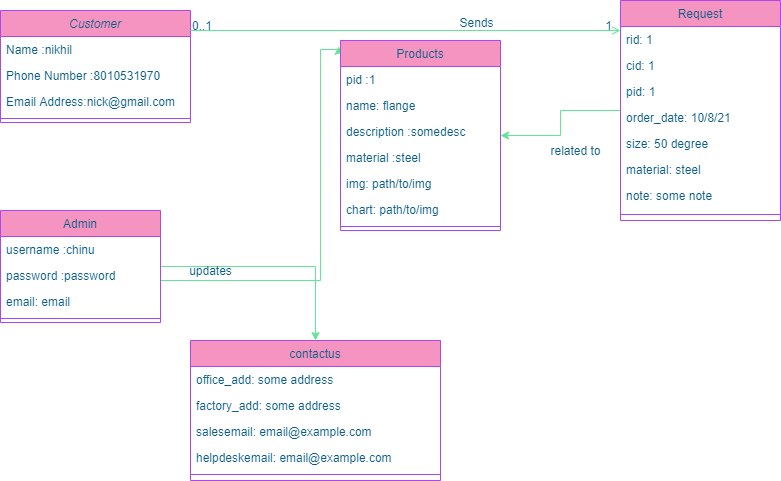
Above: Documentation/objject.drawio.png in codewithnick/navkar-fittings-and-co (draw.io), before the change. Source tidied: cells renumbered, new cells last; positions are measured from the earlier drawing's top-left corner, leaving out a move shared by most shapes. The source it was exported from:
```xml
<mxGraphModel>
  <root>
    <mxCell id="0" />
    <mxCell id="1" parent="0" />
    <mxCell id="2" value="Customer" style="swimlane;fontStyle=2;align=center;verticalAlign=top;horizontal=1;startSize=26;rounded=0;shadow=0;strokeWidth=1;fillColor=#F694C1;strokeColor=#AF45ED;fontColor=#095C86;" parent="1" vertex="1">
      <mxGeometry y="10" width="190" height="112" as="geometry" />
    </mxCell>
    <mxCell id="3" value="Name :nikhil" style="text;align=left;verticalAlign=top;spacingLeft=4;spacingRight=4;overflow=hidden;fontColor=#095C86;" parent="2" vertex="1">
      <mxGeometry y="26" width="190" height="26" as="geometry" />
    </mxCell>
    <mxCell id="4" value="Phone Number :8010531970" style="text;align=left;verticalAlign=top;spacingLeft=4;spacingRight=4;overflow=hidden;rounded=0;shadow=0;html=0;fontColor=#095C86;" parent="2" vertex="1">
      <mxGeometry y="52" width="190" height="26" as="geometry" />
    </mxCell>
    <mxCell id="5" value="Email Address:nick@gmail.com" style="text;align=left;verticalAlign=top;spacingLeft=4;spacingRight=4;overflow=hidden;rounded=0;shadow=0;html=0;fontColor=#095C86;" parent="2" vertex="1">
      <mxGeometry y="78" width="190" height="26" as="geometry" />
    </mxCell>
    <mxCell id="6" style="line;html=1;strokeWidth=1;align=left;verticalAlign=middle;spacingTop=-1;spacingLeft=3;spacingRight=3;labelPosition=right;fillColor=#F694C1;strokeColor=#AF45ED;fontColor=#095C86;" parent="2" vertex="1">
      <mxGeometry y="104" width="190" height="8" as="geometry" />
    </mxCell>
    <mxCell id="7" style="edgeStyle=orthogonalEdgeStyle;rounded=0;jettySize=auto;html=1;entryX=-0.012;entryY=0.031;entryDx=0;entryDy=0;entryPerimeter=0;strokeColor=#60E696;fontColor=#095C86;" parent="1" edge="1" source="9" target="28">
      <mxGeometry relative="1" as="geometry">
        <Array as="points">
          <mxPoint x="320" y="280" />
          <mxPoint x="320" y="49" />
        </Array>
      </mxGeometry>
    </mxCell>
    <mxCell id="8" style="edgeStyle=orthogonalEdgeStyle;rounded=0;jettySize=auto;html=1;entryX=0.5;entryY=0;entryDx=0;entryDy=0;strokeColor=#60E696;fontColor=#095C86;" parent="1" edge="1" source="9" target="38">
      <mxGeometry relative="1" as="geometry" />
    </mxCell>
    <mxCell id="9" value="Admin" style="swimlane;fontStyle=0;align=center;verticalAlign=top;horizontal=1;startSize=26;rounded=0;shadow=0;strokeWidth=1;fillColor=#F694C1;strokeColor=#AF45ED;fontColor=#095C86;" parent="1" vertex="1">
      <mxGeometry y="210" width="160" height="112" as="geometry" />
    </mxCell>
    <mxCell id="10" value="username :chinu" style="text;align=left;verticalAlign=top;spacingLeft=4;spacingRight=4;overflow=hidden;fontColor=#095C86;" parent="9" vertex="1">
      <mxGeometry y="26" width="160" height="26" as="geometry" />
    </mxCell>
    <mxCell id="11" value="password :password" style="text;align=left;verticalAlign=top;spacingLeft=4;spacingRight=4;overflow=hidden;rounded=0;shadow=0;html=0;fontColor=#095C86;" parent="9" vertex="1">
      <mxGeometry y="52" width="160" height="26" as="geometry" />
    </mxCell>
    <mxCell id="12" value="email: email" style="text;align=left;verticalAlign=top;spacingLeft=4;spacingRight=4;overflow=hidden;rounded=0;shadow=0;html=0;fontColor=#095C86;" parent="9" vertex="1">
      <mxGeometry y="78" width="160" height="26" as="geometry" />
    </mxCell>
    <mxCell id="13" style="line;html=1;strokeWidth=1;align=left;verticalAlign=middle;spacingTop=-1;spacingLeft=3;spacingRight=3;labelPosition=right;fillColor=#F694C1;strokeColor=#AF45ED;fontColor=#095C86;" parent="9" vertex="1">
      <mxGeometry y="104" width="160" height="8" as="geometry" />
    </mxCell>
    <mxCell id="14" style="edgeStyle=orthogonalEdgeStyle;rounded=0;jettySize=auto;html=1;strokeColor=#60E696;fontColor=#095C86;" parent="1" edge="1" source="15" target="28">
      <mxGeometry relative="1" as="geometry" />
    </mxCell>
    <mxCell id="15" value="Request" style="swimlane;fontStyle=0;align=center;verticalAlign=top;horizontal=1;startSize=26;rounded=0;shadow=0;strokeWidth=1;fillColor=#F694C1;strokeColor=#AF45ED;fontColor=#095C86;" parent="1" vertex="1">
      <mxGeometry x="620" width="160" height="220" as="geometry" />
    </mxCell>
    <mxCell id="16" value="rid: 1" style="text;align=left;verticalAlign=top;spacingLeft=4;spacingRight=4;overflow=hidden;fontColor=#095C86;" parent="15" vertex="1">
      <mxGeometry y="26" width="160" height="26" as="geometry" />
    </mxCell>
    <mxCell id="17" value="cid: 1" style="text;align=left;verticalAlign=top;spacingLeft=4;spacingRight=4;overflow=hidden;rounded=0;shadow=0;html=0;fontColor=#095C86;" parent="15" vertex="1">
      <mxGeometry y="52" width="160" height="26" as="geometry" />
    </mxCell>
    <mxCell id="18" value="pid: 1" style="text;align=left;verticalAlign=top;spacingLeft=4;spacingRight=4;overflow=hidden;rounded=0;shadow=0;html=0;fontColor=#095C86;" parent="15" vertex="1">
      <mxGeometry y="78" width="160" height="26" as="geometry" />
    </mxCell>
    <mxCell id="19" value="order_date: 10/8/21" style="text;align=left;verticalAlign=top;spacingLeft=4;spacingRight=4;overflow=hidden;rounded=0;shadow=0;html=0;fontColor=#095C86;" parent="15" vertex="1">
      <mxGeometry y="104" width="160" height="26" as="geometry" />
    </mxCell>
    <mxCell id="20" value="size: 50 degree" style="text;align=left;verticalAlign=top;spacingLeft=4;spacingRight=4;overflow=hidden;rounded=0;shadow=0;html=0;fontColor=#095C86;" parent="15" vertex="1">
      <mxGeometry y="130" width="160" height="26" as="geometry" />
    </mxCell>
    <mxCell id="21" value="material: steel" style="text;align=left;verticalAlign=top;spacingLeft=4;spacingRight=4;overflow=hidden;rounded=0;shadow=0;html=0;fontColor=#095C86;" parent="15" vertex="1">
      <mxGeometry y="156" width="160" height="26" as="geometry" />
    </mxCell>
    <mxCell id="22" value="note: some note" style="text;align=left;verticalAlign=top;spacingLeft=4;spacingRight=4;overflow=hidden;rounded=0;shadow=0;html=0;fontColor=#095C86;" parent="15" vertex="1">
      <mxGeometry y="182" width="160" height="26" as="geometry" />
    </mxCell>
    <mxCell id="23" style="line;html=1;strokeWidth=1;align=left;verticalAlign=middle;spacingTop=-1;spacingLeft=3;spacingRight=3;labelPosition=right;fillColor=#F694C1;strokeColor=#AF45ED;fontColor=#095C86;" parent="15" vertex="1">
      <mxGeometry y="208" width="160" height="12" as="geometry" />
    </mxCell>
    <mxCell id="24" style="endArrow=open;shadow=0;strokeWidth=1;rounded=0;endFill=1;edgeStyle=elbowEdgeStyle;elbow=vertical;strokeColor=#60E696;fontColor=#095C86;" parent="1" edge="1" source="2" target="15">
      <mxGeometry x="0.5" y="41" relative="1" as="geometry">
        <Array as="points">
          <mxPoint x="450" y="30" />
        </Array>
        <mxPoint x="-40" y="32" as="offset" />
      </mxGeometry>
    </mxCell>
    <mxCell id="25" value="0..1" style="align=left;verticalAlign=bottom;labelBackgroundColor=none;fontSize=12;fillColor=#F694C1;strokeColor=#AF45ED;fontColor=#095C86;" parent="24" vertex="1">
      <mxGeometry x="-1" relative="1" as="geometry">
        <mxPoint y="4" as="offset" />
      </mxGeometry>
    </mxCell>
    <mxCell id="26" value="1" style="align=right;verticalAlign=bottom;labelBackgroundColor=none;fontSize=12;fillColor=#F694C1;strokeColor=#AF45ED;fontColor=#095C86;" parent="24" vertex="1">
      <mxGeometry x="1" relative="1" as="geometry">
        <mxPoint x="-7" y="4" as="offset" />
      </mxGeometry>
    </mxCell>
    <mxCell id="27" value="Sends" style="text;html=1;align=center;verticalAlign=middle;labelBackgroundColor=none;rounded=0;shadow=0;strokeWidth=1;fontSize=12;fontColor=#095C86;" parent="24" vertex="1">
      <mxGeometry x="0.5" y="49" relative="1" as="geometry">
        <mxPoint x="-38" y="40" as="offset" />
      </mxGeometry>
    </mxCell>
    <mxCell id="28" value="Products" style="swimlane;fontStyle=0;align=center;verticalAlign=top;horizontal=1;startSize=26;rounded=0;shadow=0;strokeWidth=1;fillColor=#F694C1;strokeColor=#AF45ED;fontColor=#095C86;" parent="1" vertex="1">
      <mxGeometry x="340" y="40" width="160" height="190" as="geometry" />
    </mxCell>
    <mxCell id="29" value="pid :1" style="text;align=left;verticalAlign=top;spacingLeft=4;spacingRight=4;overflow=hidden;rounded=0;shadow=0;html=0;fontColor=#095C86;" parent="28" vertex="1">
      <mxGeometry y="26" width="160" height="26" as="geometry" />
    </mxCell>
    <mxCell id="30" value="name: flange" style="text;align=left;verticalAlign=top;spacingLeft=4;spacingRight=4;overflow=hidden;rounded=0;shadow=0;html=0;fontColor=#095C86;" parent="28" vertex="1">
      <mxGeometry y="52" width="160" height="26" as="geometry" />
    </mxCell>
    <mxCell id="31" value="description :somedesc" style="text;align=left;verticalAlign=top;spacingLeft=4;spacingRight=4;overflow=hidden;rounded=0;shadow=0;html=0;fontColor=#095C86;" parent="28" vertex="1">
      <mxGeometry y="78" width="160" height="26" as="geometry" />
    </mxCell>
    <mxCell id="32" value="material :steel" style="text;align=left;verticalAlign=top;spacingLeft=4;spacingRight=4;overflow=hidden;rounded=0;shadow=0;html=0;fontColor=#095C86;" parent="28" vertex="1">
      <mxGeometry y="104" width="160" height="26" as="geometry" />
    </mxCell>
    <mxCell id="33" value="img: path/to/img" style="text;align=left;verticalAlign=top;spacingLeft=4;spacingRight=4;overflow=hidden;rounded=0;shadow=0;html=0;fontColor=#095C86;" parent="28" vertex="1">
      <mxGeometry y="130" width="160" height="26" as="geometry" />
    </mxCell>
    <mxCell id="34" value="chart: path/to/img" style="text;align=left;verticalAlign=top;spacingLeft=4;spacingRight=4;overflow=hidden;rounded=0;shadow=0;html=0;fontColor=#095C86;" parent="28" vertex="1">
      <mxGeometry y="156" width="160" height="26" as="geometry" />
    </mxCell>
    <mxCell id="35" style="line;html=1;strokeWidth=1;align=left;verticalAlign=middle;spacingTop=-1;spacingLeft=3;spacingRight=3;labelPosition=right;fillColor=#F694C1;strokeColor=#AF45ED;fontColor=#095C86;" parent="28" vertex="1">
      <mxGeometry y="182" width="160" height="8" as="geometry" />
    </mxCell>
    <mxCell id="36" value="updates" style="text;html=1;align=center;verticalAlign=middle;strokeColor=none;fillColor=none;fontColor=#095C86;" parent="1" vertex="1">
      <mxGeometry x="180" y="260" width="60" height="20" as="geometry" />
    </mxCell>
    <mxCell id="37" value="related to" style="text;html=1;align=center;verticalAlign=middle;strokeColor=none;fillColor=none;fontColor=#095C86;" parent="1" vertex="1">
      <mxGeometry x="540" y="140" width="70" height="20" as="geometry" />
    </mxCell>
    <mxCell id="38" value="contactus" style="swimlane;fontStyle=0;align=center;verticalAlign=top;horizontal=1;startSize=26;rounded=0;shadow=0;strokeWidth=1;fillColor=#F694C1;strokeColor=#AF45ED;fontColor=#095C86;" parent="1" vertex="1">
      <mxGeometry x="190" y="340" width="250" height="140" as="geometry" />
    </mxCell>
    <mxCell id="39" value="office_add: some address" style="text;align=left;verticalAlign=top;spacingLeft=4;spacingRight=4;overflow=hidden;fontColor=#095C86;" parent="38" vertex="1">
      <mxGeometry y="26" width="250" height="26" as="geometry" />
    </mxCell>
    <mxCell id="40" value="factory_add: some address" style="text;align=left;verticalAlign=top;spacingLeft=4;spacingRight=4;overflow=hidden;rounded=0;shadow=0;html=0;fontColor=#095C86;" parent="38" vertex="1">
      <mxGeometry y="52" width="250" height="26" as="geometry" />
    </mxCell>
    <mxCell id="41" value="salesemail: email@example.com" style="text;align=left;verticalAlign=top;spacingLeft=4;spacingRight=4;overflow=hidden;rounded=0;shadow=0;html=0;fontColor=#095C86;" parent="38" vertex="1">
      <mxGeometry y="78" width="250" height="26" as="geometry" />
    </mxCell>
    <mxCell id="42" value="helpdeskemail: email@example.com" style="text;align=left;verticalAlign=top;spacingLeft=4;spacingRight=4;overflow=hidden;rounded=0;shadow=0;html=0;fontColor=#095C86;" parent="38" vertex="1">
      <mxGeometry y="104" width="250" height="26" as="geometry" />
    </mxCell>
    <mxCell id="43" style="line;html=1;strokeWidth=1;align=left;verticalAlign=middle;spacingTop=-1;spacingLeft=3;spacingRight=3;labelPosition=right;fillColor=#F694C1;strokeColor=#AF45ED;fontColor=#095C86;" parent="38" vertex="1">
      <mxGeometry y="130" width="250" height="8" as="geometry" />
    </mxCell>
  </root>
</mxGraphModel>
```
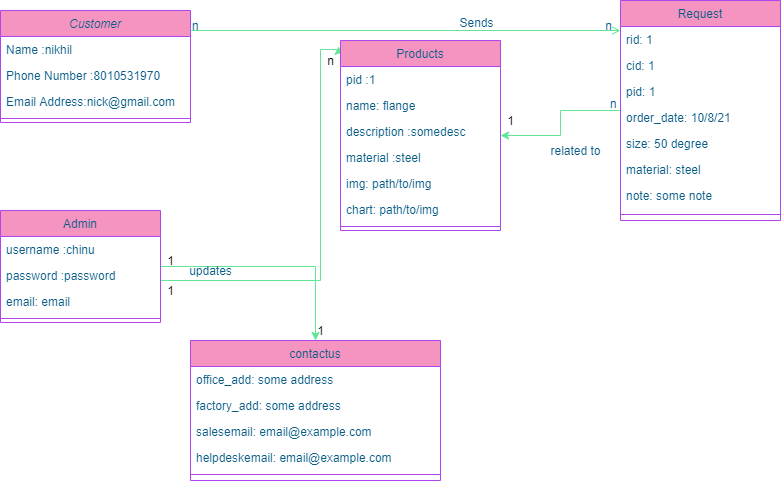
Above is the later version.

What changed in the source:
```diff
@@ -81,12 +81,12 @@
         <mxPoint x="-40" y="32" as="offset" />
       </mxGeometry>
     </mxCell>
-    <mxCell id="25" value="0..1" style="align=left;verticalAlign=bottom;labelBackgroundColor=none;fontSize=12;fillColor=#F694C1;strokeColor=#AF45ED;fontColor=#095C86;" parent="24" vertex="1">
+    <mxCell id="25" value="n" style="align=left;verticalAlign=bottom;labelBackgroundColor=none;fontSize=12;fillColor=#F694C1;strokeColor=#AF45ED;fontColor=#095C86;" parent="24" vertex="1">
       <mxGeometry x="-1" relative="1" as="geometry">
         <mxPoint y="4" as="offset" />
       </mxGeometry>
     </mxCell>
-    <mxCell id="26" value="1" style="align=right;verticalAlign=bottom;labelBackgroundColor=none;fontSize=12;fillColor=#F694C1;strokeColor=#AF45ED;fontColor=#095C86;" parent="24" vertex="1">
+    <mxCell id="26" value="n" style="align=right;verticalAlign=bottom;labelBackgroundColor=none;fontSize=12;fillColor=#F694C1;strokeColor=#AF45ED;fontColor=#095C86;" parent="24" vertex="1">
       <mxGeometry x="1" relative="1" as="geometry">
         <mxPoint x="-7" y="4" as="offset" />
       </mxGeometry>
@@ -144,5 +144,25 @@
     <mxCell id="43" style="line;html=1;strokeWidth=1;align=left;verticalAlign=middle;spacingTop=-1;spacingLeft=3;spacingRight=3;labelPosition=right;fillColor=#F694C1;strokeColor=#AF45ED;fontColor=#095C86;" parent="38" vertex="1">
       <mxGeometry y="130" width="250" height="8" as="geometry" />
     </mxCell>
+    <mxCell id="44" value="1" style="text;html=1;align=center;verticalAlign=middle;strokeColor=none;fillColor=none;" parent="1" vertex="1">
+      <mxGeometry x="160" y="280" width="20" height="20" as="geometry" />
+    </mxCell>
+    <mxCell id="45" value="n" style="text;html=1;align=center;verticalAlign=middle;strokeColor=none;fillColor=none;" parent="1" vertex="1">
+      <mxGeometry x="320" y="50" width="20" height="20" as="geometry" />
+    </mxCell>
+    <mxCell id="46" value="1" style="text;html=1;align=center;verticalAlign=middle;strokeColor=none;fillColor=none;" parent="1" vertex="1">
+      <mxGeometry x="160" y="250" width="20" height="20" as="geometry" />
+    </mxCell>
+    <mxCell id="47" value="1" style="text;html=1;align=center;verticalAlign=middle;strokeColor=none;fillColor=none;" parent="1" vertex="1">
+      <mxGeometry x="310" y="320" width="20" height="20" as="geometry" />
+    </mxCell>
+    <mxCell id="48" value="1" style="text;html=1;align=center;verticalAlign=middle;strokeColor=none;fillColor=none;" parent="1" vertex="1">
+      <mxGeometry x="500" y="110" width="20" height="20" as="geometry" />
+    </mxCell>
+    <mxCell id="49" value="n" style="align=left;verticalAlign=bottom;labelBackgroundColor=none;fontSize=12;fillColor=#F694C1;strokeColor=#AF45ED;fontColor=#095C86;" parent="1" vertex="1">
+      <mxGeometry x="230" y="-140" as="geometry">
+        <mxPoint x="378" y="252" as="offset" />
+      </mxGeometry>
+    </mxCell>
   </root>
 </mxGraphModel>
```
